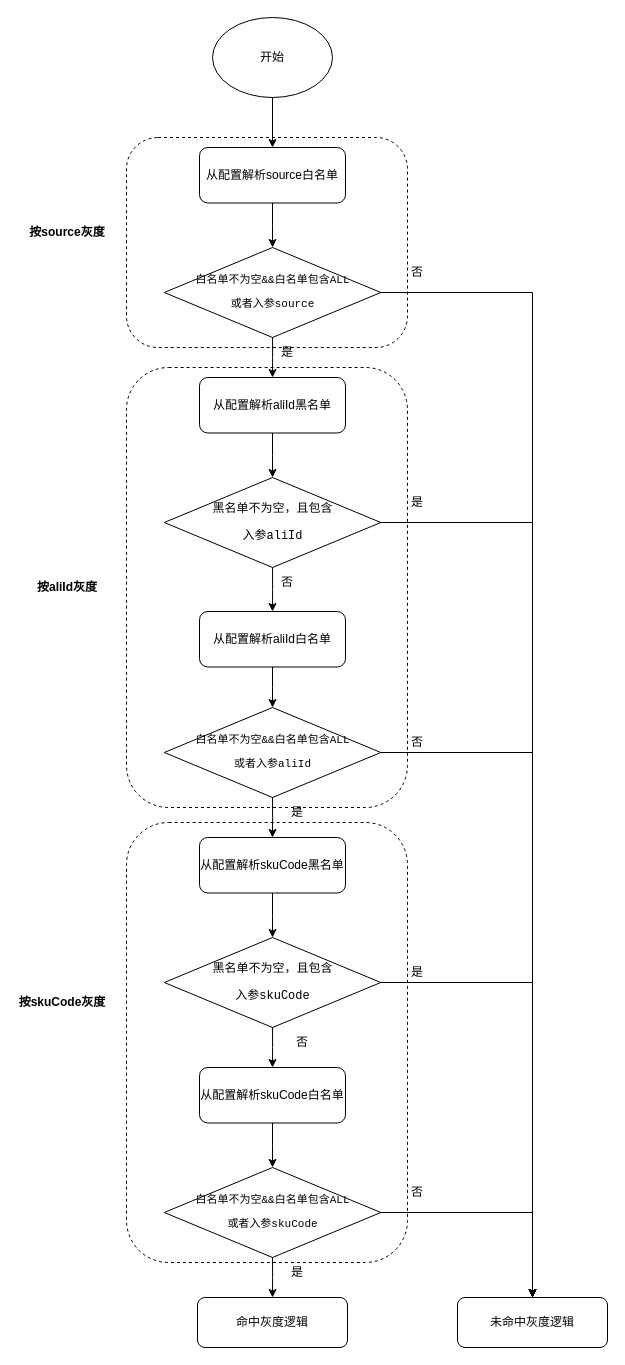
Before: 费用项缓存逻辑-新.drawio in heyrry/draw.io, a draw.io diagram. Source tidied: cells renumbered, new cells numbered last; positions are measured from the earlier drawing's top-left corner, leaving out a move shared by most shapes. Both pictures are drawn from the tidied source at 100%, with x=0, y=0 at pixel (17, -763).
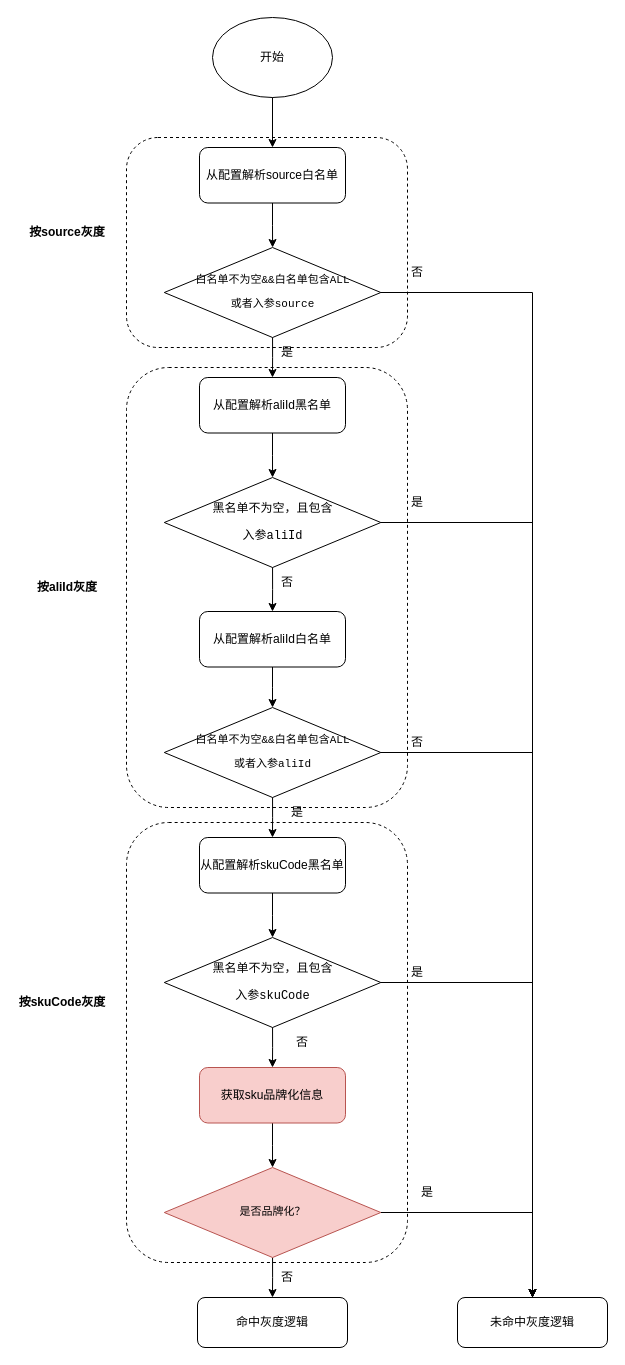
The same page after the edit.

Commit message:
更新费用项缓存逻辑-新.drawio

The edit, as a diff of the source:
```diff
@@
+    <mxCell id="50" style="rounded=1;whiteSpace=wrap;html=1;fillColor=none;dashed=1;" parent="1" vertex="1">
+      <mxGeometry x="109" y="1585" width="281" height="440" as="geometry" />
+    </mxCell>
@@
-    <mxCell id="26" value="从配置解析skuCode白名单" style="rounded=1;whiteSpace=wrap;html=1;fillColor=none;" parent="1" vertex="1">
+    <mxCell id="26" value="获取sku品牌化信息" style="rounded=1;whiteSpace=wrap;html=1;fillColor=#f8cecc;strokeColor=#b85450;" parent="1" vertex="1">
       <mxGeometry x="182" y="1830" width="146" height="55.5" as="geometry" />
     </mxCell>
@@
-    <mxCell id="38" value="&lt;pre&gt;&lt;pre&gt;&lt;font&gt;白名单不为空&amp;amp;&amp;amp;白名单包含ALL&lt;/font&gt;&lt;/pre&gt;&lt;pre&gt;&lt;font&gt;或者&lt;/font&gt;入参skuCode&lt;/pre&gt;&lt;/pre&gt;" style="rhombus;whiteSpace=wrap;html=1;fillColor=none;verticalAlign=middle;horizontal=1;spacing=0;fontSize=11;" parent="1" vertex="1">
+    <mxCell id="38" value="&lt;pre&gt;&lt;pre&gt;是否品牌化？&lt;/pre&gt;&lt;/pre&gt;" style="rhombus;whiteSpace=wrap;html=1;fillColor=#f8cecc;verticalAlign=middle;horizontal=1;spacing=0;fontSize=11;strokeColor=#b85450;" parent="1" vertex="1">
       <mxGeometry x="146.8" y="1930" width="216.5" height="90" as="geometry" />
     </mxCell>
@@
     <mxCell id="42" value="否" style="text;html=1;align=center;verticalAlign=middle;whiteSpace=wrap;rounded=0;" parent="1" vertex="1">
-      <mxGeometry x="370" y="1940" width="60" height="30" as="geometry" />
+      <mxGeometry x="240" y="2025" width="60" height="30" as="geometry" />
     </mxCell>
@@
     <mxCell id="46" value="是" style="text;html=1;align=center;verticalAlign=middle;whiteSpace=wrap;rounded=0;" parent="1" vertex="1">
-      <mxGeometry x="250" y="2020" width="60" height="30" as="geometry" />
+      <mxGeometry x="380" y="1940" width="60" height="30" as="geometry" />
     </mxCell>
@@
-    <mxCell id="50" style="rounded=1;whiteSpace=wrap;html=1;fillColor=none;dashed=1;" parent="1" vertex="1">
-      <mxGeometry x="109" y="1585" width="281" height="440" as="geometry" />
-    </mxCell>
```
